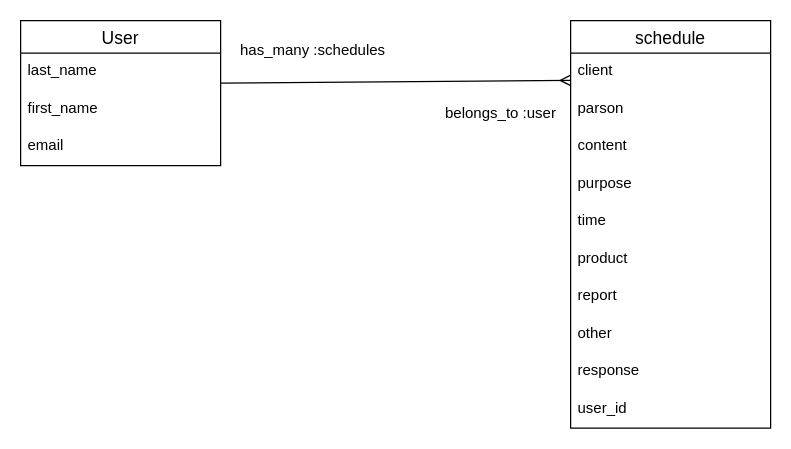
kazuki-mura/original-app keeps this draw.io diagram as README.dio. Above is the earlier version. Source tidied: cells renumbered, new cells numbered last; positions are measured from the earlier drawing's top-left corner, leaving out a move shared by most shapes. Both pictures are drawn from the tidied source at 125%, with x=0, y=0 at pixel (20, 20).
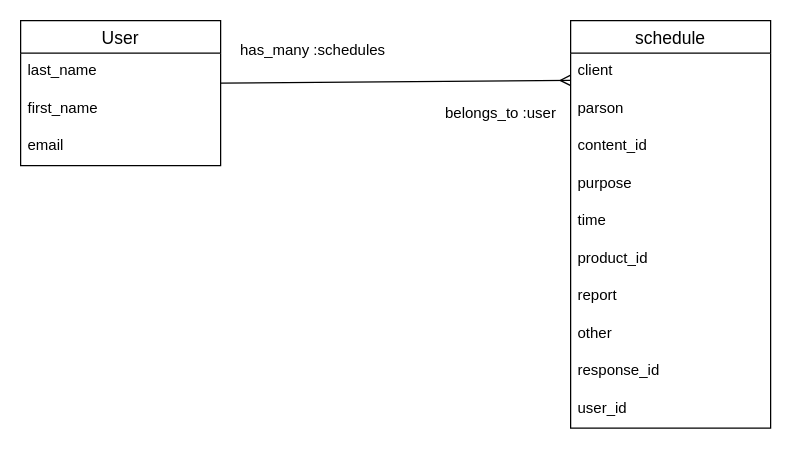
After the change.

Unchanged cells that the change refers to:
```xml
<mxCell id="2" value="schedule" style="swimlane;fontStyle=0;horizontal=1;startSize=26;align=center;fontSize=14;" parent="1" vertex="1">
  <mxGeometry x="440" width="160" height="326" as="geometry" />
</mxCell>
```

Change to the diagram source:
```diff
@@
-    <mxCell id="5" value="content" style="text;strokeColor=none;fillColor=none;spacingLeft=4;spacingRight=4;overflow=hidden;fontSize=12;" parent="2" vertex="1">
+    <mxCell id="5" value="content_id" style="text;strokeColor=none;fillColor=none;spacingLeft=4;spacingRight=4;overflow=hidden;fontSize=12;" parent="2" vertex="1">
       <mxGeometry y="86" width="160" height="30" as="geometry" />
     </mxCell>
@@
-    <mxCell id="8" value="product" style="text;strokeColor=none;fillColor=none;spacingLeft=4;spacingRight=4;overflow=hidden;fontSize=12;" parent="2" vertex="1">
+    <mxCell id="8" value="product_id&#10;" style="text;strokeColor=none;fillColor=none;spacingLeft=4;spacingRight=4;overflow=hidden;fontSize=12;" parent="2" vertex="1">
       <mxGeometry y="176" width="160" height="30" as="geometry" />
     </mxCell>
@@
-    <mxCell id="11" value="response" style="text;strokeColor=none;fillColor=none;spacingLeft=4;spacingRight=4;overflow=hidden;fontSize=12;" parent="2" vertex="1">
+    <mxCell id="11" value="response_id" style="text;strokeColor=none;fillColor=none;spacingLeft=4;spacingRight=4;overflow=hidden;fontSize=12;" parent="2" vertex="1">
       <mxGeometry y="266" width="160" height="30" as="geometry" />
     </mxCell>
```
